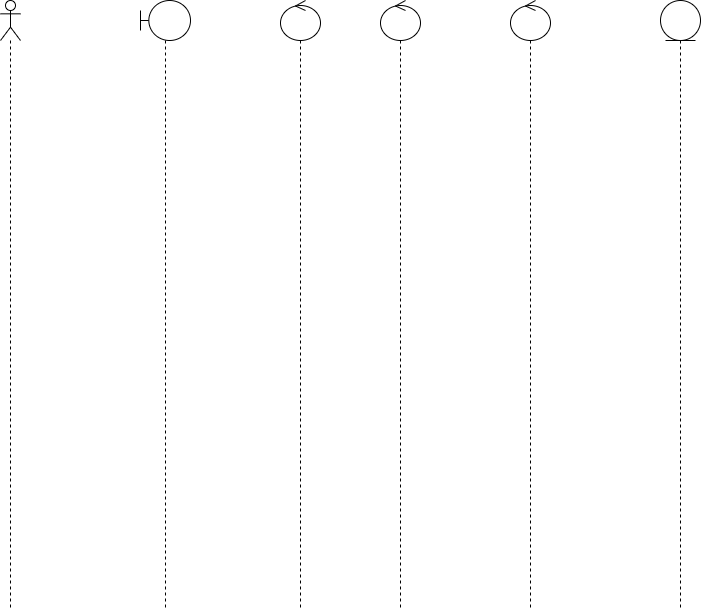
This is static/Diagramme des séquences conceptuel  log et pointage .drawio.png from Siluearsene/borne_biometrique, a draw.io export, as it was before one commit. Source tidied: cells renumbered, new cells last; positions are measured from the earlier drawing's top-left corner, leaving out a move shared by most shapes.
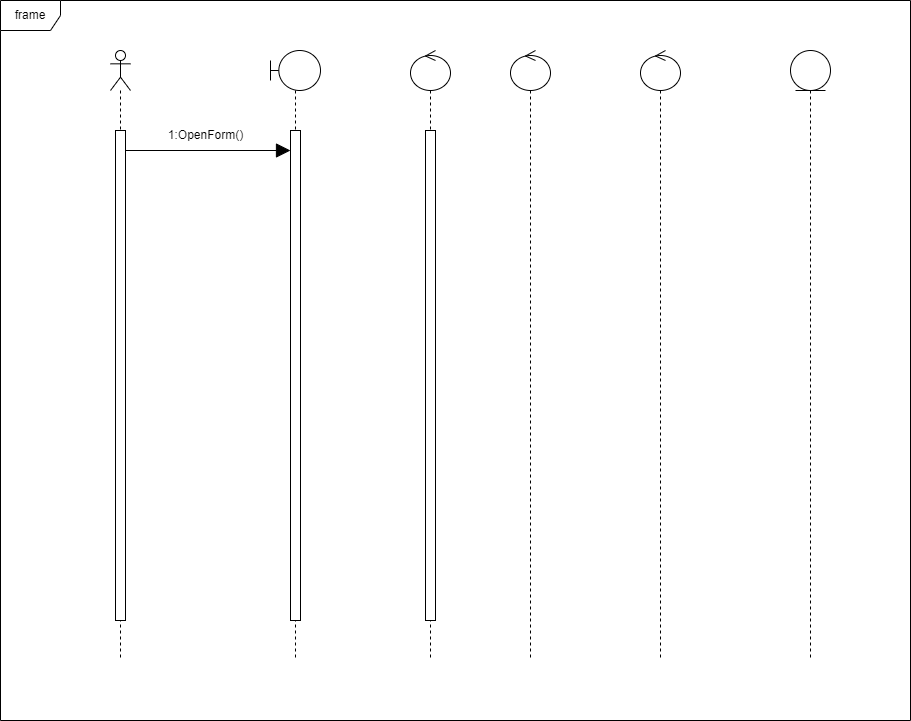
After the commit.

Commit message:
Mettre à jour Diagramme des séquences conceptuel  log et pointage .drawio.png

Diff of the diagram source:
```diff
@@ -5,20 +5,40 @@
     <mxCell id="2" style="shape=umlLifeline;perimeter=lifelinePerimeter;whiteSpace=wrap;html=1;newEdgeStyle={&quot;edgeStyle&quot;:&quot;elbowEdgeStyle&quot;,&quot;elbow&quot;:&quot;vertical&quot;,&quot;curved&quot;:0,&quot;rounded&quot;:0};participant=umlBoundary;" parent="1" vertex="1">
       <mxGeometry x="140" width="50" height="610" as="geometry" />
     </mxCell>
+    <mxCell id="8" style="html=1;perimeter=orthogonalPerimeter;targetShapes=umlLifeline;newEdgeStyle={&quot;edgeStyle&quot;:&quot;elbowEdgeStyle&quot;,&quot;elbow&quot;:&quot;vertical&quot;,&quot;curved&quot;:0,&quot;rounded&quot;:0};" parent="2" vertex="1">
+      <mxGeometry x="20" y="80" width="10" height="490" as="geometry" />
+    </mxCell>
     <mxCell id="3" style="shape=umlLifeline;perimeter=lifelinePerimeter;whiteSpace=wrap;html=1;newEdgeStyle={&quot;edgeStyle&quot;:&quot;elbowEdgeStyle&quot;,&quot;elbow&quot;:&quot;vertical&quot;,&quot;curved&quot;:0,&quot;rounded&quot;:0};participant=umlEntity;" parent="1" vertex="1">
       <mxGeometry x="660" width="40" height="610" as="geometry" />
     </mxCell>
     <mxCell id="4" style="shape=umlLifeline;perimeter=lifelinePerimeter;whiteSpace=wrap;html=1;newEdgeStyle={&quot;edgeStyle&quot;:&quot;elbowEdgeStyle&quot;,&quot;elbow&quot;:&quot;vertical&quot;,&quot;curved&quot;:0,&quot;rounded&quot;:0};participant=umlControl;" parent="1" vertex="1">
       <mxGeometry x="280" width="40" height="610" as="geometry" />
     </mxCell>
+    <mxCell id="9" style="html=1;perimeter=orthogonalPerimeter;targetShapes=umlLifeline;newEdgeStyle={&quot;edgeStyle&quot;:&quot;elbowEdgeStyle&quot;,&quot;elbow&quot;:&quot;vertical&quot;,&quot;curved&quot;:0,&quot;rounded&quot;:0};" parent="4" vertex="1">
+      <mxGeometry x="15" y="80" width="10" height="490" as="geometry" />
+    </mxCell>
     <mxCell id="5" style="shape=umlLifeline;perimeter=lifelinePerimeter;whiteSpace=wrap;html=1;newEdgeStyle={&quot;edgeStyle&quot;:&quot;elbowEdgeStyle&quot;,&quot;elbow&quot;:&quot;vertical&quot;,&quot;curved&quot;:0,&quot;rounded&quot;:0};participant=umlActor;" parent="1" vertex="1">
-      <mxGeometry width="20" height="610" as="geometry" />
+      <mxGeometry x="-20" width="20" height="610" as="geometry" />
     </mxCell>
+    <mxCell id="10" style="html=1;points=[];perimeter=orthogonalPerimeter;outlineConnect=0;targetShapes=umlLifeline;portConstraint=eastwest;newEdgeStyle={&quot;edgeStyle&quot;:&quot;elbowEdgeStyle&quot;,&quot;elbow&quot;:&quot;vertical&quot;,&quot;curved&quot;:0,&quot;rounded&quot;:0};" parent="5" vertex="1">
+      <mxGeometry x="5" y="80" width="10" height="490" as="geometry" />
+    </mxCell>
     <mxCell id="6" style="shape=umlLifeline;perimeter=lifelinePerimeter;whiteSpace=wrap;html=1;newEdgeStyle={&quot;edgeStyle&quot;:&quot;elbowEdgeStyle&quot;,&quot;elbow&quot;:&quot;vertical&quot;,&quot;curved&quot;:0,&quot;rounded&quot;:0};participant=umlControl;" parent="1" vertex="1">
       <mxGeometry x="380" width="40" height="610" as="geometry" />
     </mxCell>
     <mxCell id="7" style="shape=umlLifeline;perimeter=lifelinePerimeter;whiteSpace=wrap;html=1;newEdgeStyle={&quot;edgeStyle&quot;:&quot;elbowEdgeStyle&quot;,&quot;elbow&quot;:&quot;vertical&quot;,&quot;curved&quot;:0,&quot;rounded&quot;:0};participant=umlControl;" parent="1" vertex="1">
       <mxGeometry x="510" width="40" height="610" as="geometry" />
     </mxCell>
+    <mxCell id="11" style="endArrow=block;endFill=1;endSize=12;html=1;rounded=0;" parent="1" edge="1" source="10">
+      <mxGeometry relative="1" as="geometry">
+        <mxPoint x="160" y="100" as="targetPoint" />
+      </mxGeometry>
+    </mxCell>
+    <mxCell id="12" value="1:OpenForm()" style="text;html=1;align=center;verticalAlign=middle;strokeColor=none;fillColor=none;" parent="1" vertex="1">
+      <mxGeometry x="25" y="70" width="100" height="30" as="geometry" />
+    </mxCell>
+    <mxCell id="13" value="frame" style="shape=umlFrame;whiteSpace=wrap;html=1;" parent="1" vertex="1">
+      <mxGeometry x="-130" y="-50" width="910" height="720" as="geometry" />
+    </mxCell>
   </root>
 </mxGraphModel>
```
